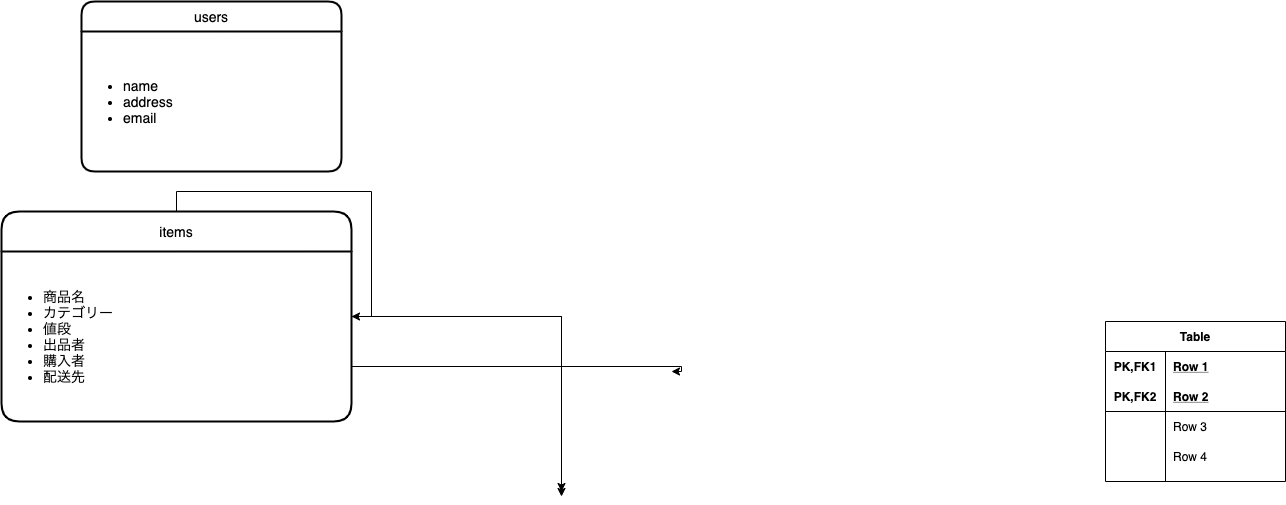
The draw.io diagram config/.drawio.png in koji-2695/furima-28875, before a commit. Source tidied: cells renumbered, new cells last; positions are measured from the earlier drawing's top-left corner, leaving out a move shared by most shapes.
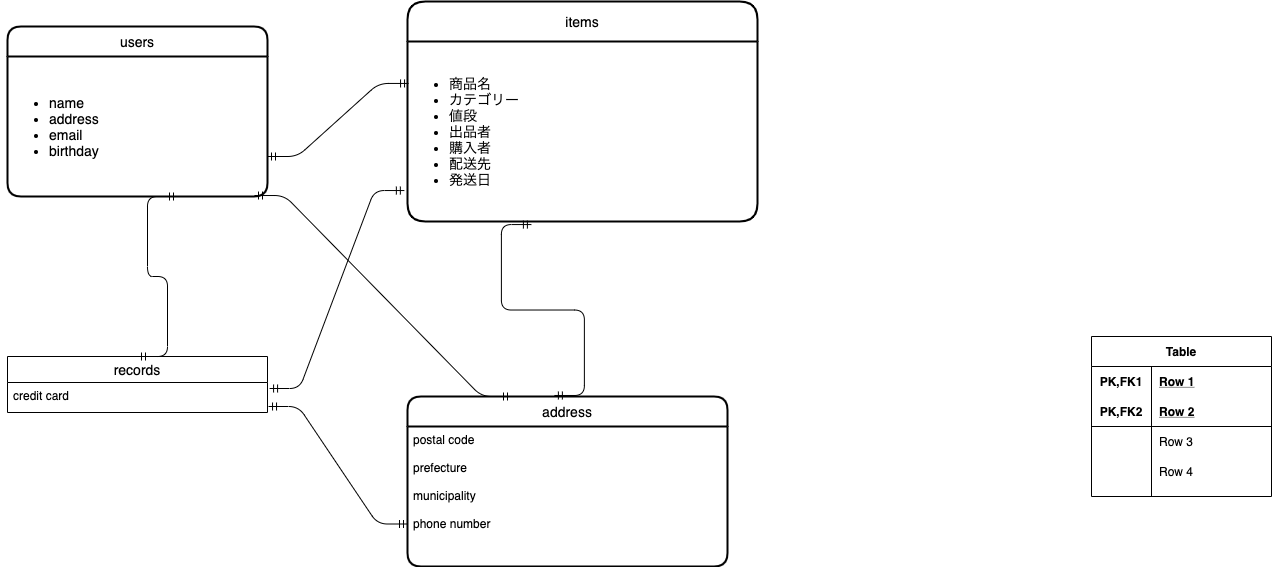
After the commit.

The edit, as a diff of the source:
```diff
@@ -41,47 +41,54 @@
     <mxCell id="14" value="Row 4" style="shape=partialRectangle;fillColor=none;top=0;left=0;bottom=0;right=0;align=left;spacingLeft=6;overflow=hidden;" parent="12" vertex="1">
       <mxGeometry x="60" width="120" height="30" as="geometry" />
     </mxCell>
-    <mxCell id="15" style="edgeStyle=orthogonalEdgeStyle;rounded=0;jettySize=auto;html=1;fontSize=14;" parent="1" edge="1" source="19">
-      <mxGeometry relative="1" as="geometry">
-        <mxPoint x="560" y="490" as="targetPoint" />
-        <Array as="points">
-          <mxPoint x="560" y="430" />
-          <mxPoint x="560" y="430" />
-        </Array>
-      </mxGeometry>
-    </mxCell>
-    <mxCell id="16" style="edgeStyle=orthogonalEdgeStyle;rounded=0;jettySize=auto;html=1;fontSize=14;" parent="1" edge="1" source="19">
-      <mxGeometry relative="1" as="geometry">
-        <mxPoint x="560" y="495" as="targetPoint" />
-        <Array as="points">
-          <mxPoint x="560" y="440" />
-          <mxPoint x="560" y="440" />
-        </Array>
-      </mxGeometry>
-    </mxCell>
-    <mxCell id="17" style="edgeStyle=orthogonalEdgeStyle;rounded=0;jettySize=auto;html=1;fontSize=14;" parent="1" edge="1" source="19">
-      <mxGeometry relative="1" as="geometry">
-        <mxPoint x="670" y="370" as="targetPoint" />
-        <Array as="points">
-          <mxPoint x="680" y="365" />
-          <mxPoint x="680" y="370" />
-        </Array>
-      </mxGeometry>
-    </mxCell>
-    <mxCell id="18" style="edgeStyle=orthogonalEdgeStyle;rounded=0;orthogonalLoop=1;jettySize=auto;html=1;entryX=1;entryY=0.5;entryDx=0;entryDy=0;fontSize=14;" parent="1" edge="1" source="19" target="19">
-      <mxGeometry relative="1" as="geometry" />
-    </mxCell>
-    <mxCell id="19" value="items" style="swimlane;horizontal=1;startSize=40;rounded=1;fontSize=14;fontStyle=0;strokeWidth=2;shadow=0;dashed=0;align=center;" parent="1" vertex="1">
-      <mxGeometry y="210" width="350" height="210" as="geometry" />
-    </mxCell>
-    <mxCell id="20" value="&lt;ul&gt;&lt;li&gt;&lt;span&gt;商品名&lt;/span&gt;&lt;/li&gt;&lt;li&gt;&lt;span&gt;カテゴリー&lt;/span&gt;&lt;/li&gt;&lt;li&gt;&lt;span&gt;値段&lt;/span&gt;&lt;/li&gt;&lt;li&gt;&lt;span&gt;出品者&lt;/span&gt;&lt;/li&gt;&lt;li&gt;&lt;span&gt;購入者&lt;/span&gt;&lt;/li&gt;&lt;li&gt;&lt;span&gt;配送先&lt;/span&gt;&lt;/li&gt;&lt;/ul&gt;" style="text;html=1;align=left;verticalAlign=middle;points=[];fontSize=14;rotation=0;" parent="19" vertex="1">
-      <mxGeometry y="40" width="350" height="170" as="geometry" />
-    </mxCell>
     <mxCell id="21" value="users" style="swimlane;horizontal=1;startSize=30;rounded=1;fontSize=14;fontStyle=0;strokeWidth=2;shadow=0;dashed=0;align=center;" parent="1" vertex="1">
-      <mxGeometry x="80" width="260" height="170" as="geometry" />
+      <mxGeometry x="20" y="10" width="260" height="170" as="geometry" />
     </mxCell>
-    <mxCell id="22" value="&lt;ul&gt;&lt;li&gt;&lt;span&gt;name&lt;/span&gt;&lt;br&gt;&lt;/li&gt;&lt;li&gt;&lt;span&gt;address&lt;/span&gt;&lt;/li&gt;&lt;li&gt;&lt;span&gt;email&lt;/span&gt;&lt;/li&gt;&lt;/ul&gt;" style="text;html=1;align=left;verticalAlign=middle;points=[];fontSize=14;" parent="21" vertex="1">
+    <mxCell id="22" value="&lt;ul&gt;&lt;li&gt;&lt;span&gt;name&lt;/span&gt;&lt;br&gt;&lt;/li&gt;&lt;li&gt;&lt;span&gt;address&lt;/span&gt;&lt;/li&gt;&lt;li&gt;&lt;span&gt;email&lt;/span&gt;&lt;/li&gt;&lt;li&gt;&lt;span&gt;birthday&lt;/span&gt;&lt;/li&gt;&lt;/ul&gt;" style="text;html=1;align=left;verticalAlign=middle;points=[];fontSize=14;" parent="21" vertex="1">
       <mxGeometry y="30" width="260" height="140" as="geometry" />
     </mxCell>
+    <mxCell id="19" value="items" style="swimlane;horizontal=1;startSize=40;rounded=1;fontSize=14;fontStyle=0;strokeWidth=2;shadow=0;dashed=0;align=center;" parent="1" vertex="1">
+      <mxGeometry x="420" y="-15" width="350" height="220" as="geometry" />
+    </mxCell>
+    <mxCell id="23" value="address" style="swimlane;horizontal=1;startSize=30;rounded=1;fontSize=14;fontStyle=0;strokeWidth=2;shadow=0;dashed=0;align=center;" parent="1" vertex="1">
+      <mxGeometry x="420" y="380" width="320" height="170" as="geometry" />
+    </mxCell>
+    <mxCell id="24" value="postal code&#10;&#10;prefecture&#10;&#10;municipality&#10;&#10;phone number" style="align=left;strokeColor=none;fillColor=none;spacingLeft=4;fontSize=12;verticalAlign=top;" parent="23" vertex="1">
+      <mxGeometry y="30" width="320" height="140" as="geometry" />
+    </mxCell>
+    <mxCell id="25" value="records" style="swimlane;fontStyle=0;horizontal=1;startSize=26;align=center;fontSize=14;" parent="1" vertex="1">
+      <mxGeometry x="20" y="340" width="260" height="56" as="geometry" />
+    </mxCell>
+    <mxCell id="26" style="edgeStyle=orthogonalEdgeStyle;rounded=0;orthogonalLoop=1;jettySize=auto;html=1;exitX=0;exitY=0.5;exitDx=0;exitDy=0;fontSize=14;entryX=0;entryY=0.5;entryDx=0;entryDy=0;" parent="25" edge="1" source="27" target="27">
+      <mxGeometry relative="1" as="geometry" />
+    </mxCell>
+    <mxCell id="27" value="credit card" style="text;strokeColor=none;fillColor=none;spacingLeft=4;spacingRight=4;overflow=hidden;points=[[0,0.5],[1,0.5]];portConstraint=eastwest;fontSize=12;" parent="25" vertex="1">
+      <mxGeometry y="26" width="260" height="30" as="geometry" />
+    </mxCell>
+    <mxCell id="28" style="edgeStyle=entityRelationEdgeStyle;fontSize=12;html=1;endArrow=ERmandOne;startArrow=ERmandOne;entryX=0.003;entryY=0.233;entryDx=0;entryDy=0;entryPerimeter=0;" parent="1" edge="1" target="20">
+      <mxGeometry relative="1" as="geometry">
+        <mxPoint x="280" y="140" as="sourcePoint" />
+      </mxGeometry>
+    </mxCell>
+    <mxCell id="29" style="edgeStyle=entityRelationEdgeStyle;fontSize=12;html=1;endArrow=ERmandOne;startArrow=ERmandOne;exitX=0.5;exitY=0;exitDx=0;exitDy=0;" parent="1" edge="1" source="25">
+      <mxGeometry relative="1" as="geometry">
+        <mxPoint x="190" y="180" as="targetPoint" />
+      </mxGeometry>
+    </mxCell>
+    <mxCell id="30" style="edgeStyle=entityRelationEdgeStyle;fontSize=12;html=1;endArrow=ERmandOne;startArrow=ERmandOne;exitX=0.95;exitY=0.993;exitDx=0;exitDy=0;exitPerimeter=0;entryX=0.325;entryY=0;entryDx=0;entryDy=0;entryPerimeter=0;" parent="1" edge="1" source="22" target="23">
+      <mxGeometry relative="1" as="geometry" />
+    </mxCell>
+    <mxCell id="31" style="edgeStyle=entityRelationEdgeStyle;fontSize=12;html=1;endArrow=ERmandOne;startArrow=ERmandOne;entryX=0.354;entryY=1.017;entryDx=0;entryDy=0;entryPerimeter=0;exitX=0.459;exitY=-0.006;exitDx=0;exitDy=0;exitPerimeter=0;" parent="1" edge="1" source="23" target="20">
+      <mxGeometry relative="1" as="geometry" />
+    </mxCell>
+    <mxCell id="20" value="&lt;ul&gt;&lt;li&gt;&lt;span&gt;商品名&lt;/span&gt;&lt;/li&gt;&lt;li&gt;&lt;span&gt;カテゴリー&lt;/span&gt;&lt;/li&gt;&lt;li&gt;&lt;span&gt;値段&lt;/span&gt;&lt;/li&gt;&lt;li&gt;&lt;span&gt;出品者&lt;/span&gt;&lt;/li&gt;&lt;li&gt;&lt;span&gt;購入者&lt;/span&gt;&lt;/li&gt;&lt;li&gt;&lt;span&gt;配送先&lt;/span&gt;&lt;/li&gt;&lt;li&gt;&lt;span&gt;発送日&lt;/span&gt;&lt;/li&gt;&lt;/ul&gt;" style="text;html=1;align=left;verticalAlign=middle;points=[];fontSize=14;rotation=0;" parent="1" vertex="1">
+      <mxGeometry x="420" y="25" width="350" height="180" as="geometry" />
+    </mxCell>
+    <mxCell id="32" style="edgeStyle=entityRelationEdgeStyle;fontSize=12;html=1;endArrow=ERmandOne;startArrow=ERmandOne;entryX=-0.009;entryY=0.828;entryDx=0;entryDy=0;entryPerimeter=0;exitX=1.008;exitY=0.2;exitDx=0;exitDy=0;exitPerimeter=0;" parent="1" edge="1" source="27" target="20">
+      <mxGeometry relative="1" as="geometry" />
+    </mxCell>
+    <mxCell id="33" style="edgeStyle=entityRelationEdgeStyle;fontSize=12;html=1;endArrow=ERmandOne;startArrow=ERmandOne;exitX=1.004;exitY=0.8;exitDx=0;exitDy=0;exitPerimeter=0;entryX=0;entryY=0.75;entryDx=0;entryDy=0;" parent="1" edge="1" source="27" target="23">
+      <mxGeometry relative="1" as="geometry" />
+    </mxCell>
   </root>
 </mxGraphModel>
```
